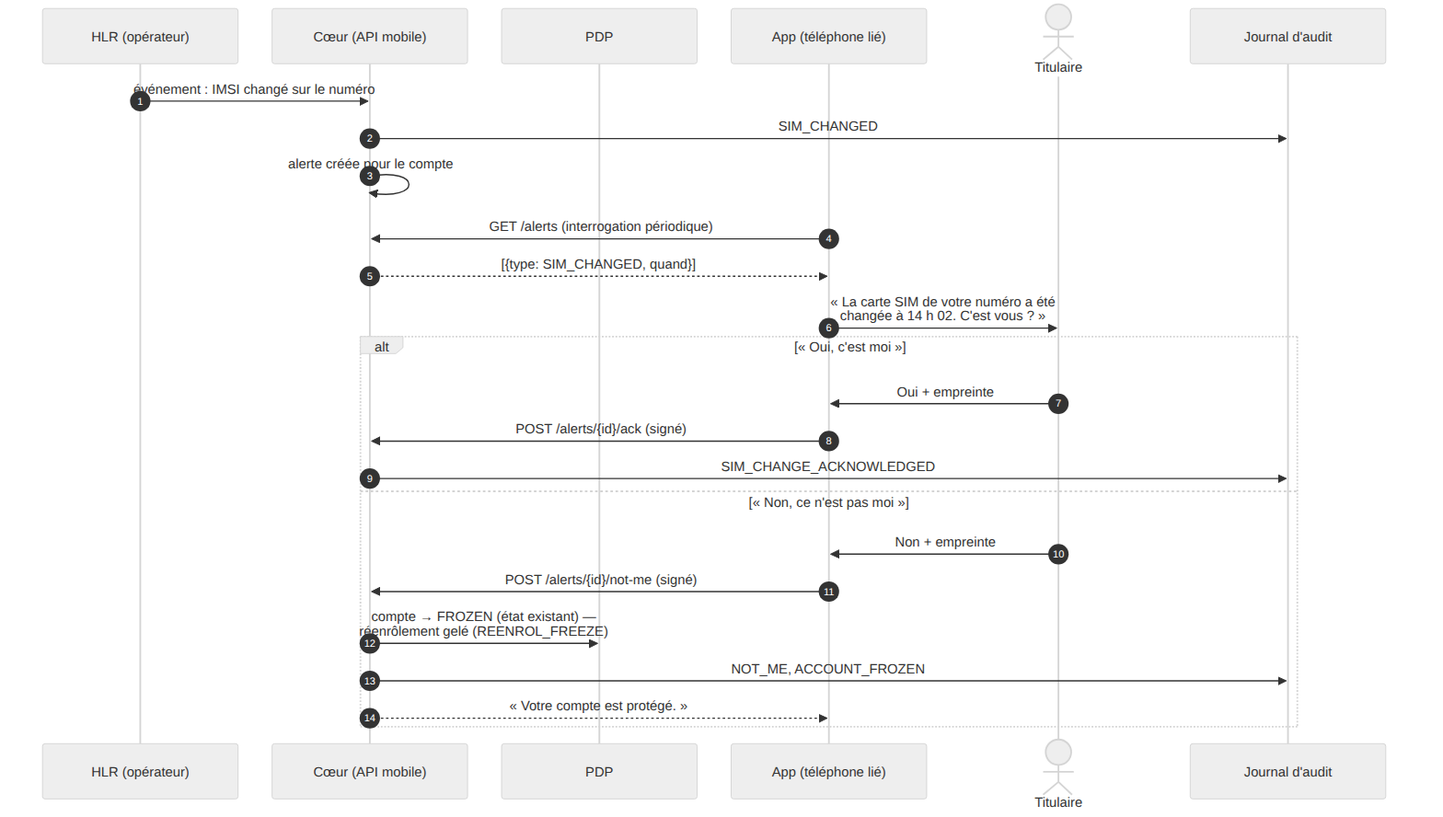
This is docs/02-specifications/mobile/diagrams/D5_alertes.png from kateyvana/Identishield-CM, a Mermaid export, as it was before one commit. Its source is kept beside it as docs/02-specifications/mobile/diagrams/D5_alertes.mmd.
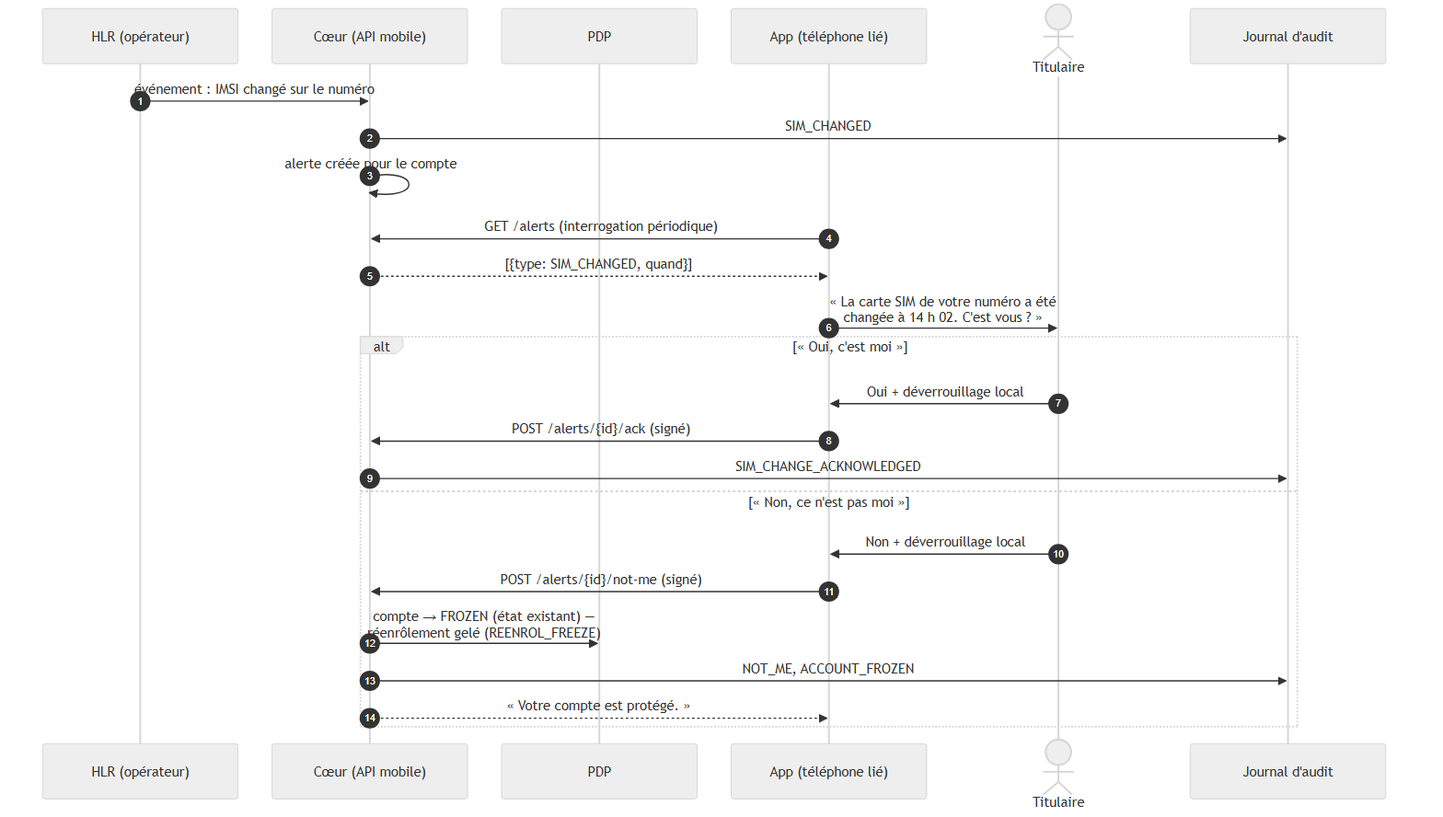
After the change.

The edit, as a diff of the source:
```diff
@@ -14,11 +14,11 @@
     S-->>A: [{type: SIM_CHANGED, quand}]
     A->>U: « La carte SIM de votre numéro a été changée à 14 h 02. C'est vous ? »
     alt « Oui, c'est moi »
-        U->>A: Oui + empreinte
+        U->>A: Oui + déverrouillage local
         A->>S: POST /alerts/{id}/ack (signé)
         S->>J: SIM_CHANGE_ACKNOWLEDGED
     else « Non, ce n'est pas moi »
-        U->>A: Non + empreinte
+        U->>A: Non + déverrouillage local
         A->>S: POST /alerts/{id}/not-me (signé)
         S->>P: compte → FROZEN (état existant) — réenrôlement gelé (REENROL_FREEZE)
         S->>J: NOT_ME, ACCOUNT_FROZEN
```
